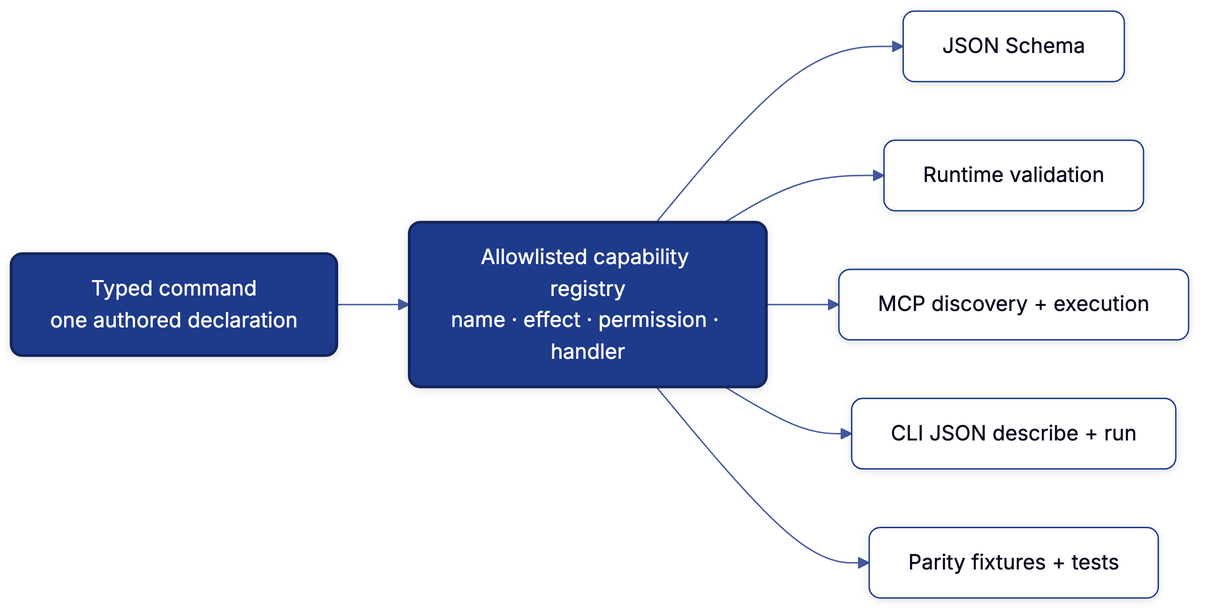
This is docs/diagrams/emit-once-capabilities.png from joeseverino/severino-hq, a Mermaid export, as it was before one commit. Its source is kept beside it as docs/diagrams/emit-once-capabilities.mmd. Source of this version:
```mermaid
flowchart LR
    command["Typed command<br/>one authored declaration"]
    registry["Allowlisted capability registry<br/>name · effect · permission · handler"]

    schema["JSON Schema"]
    validate["Runtime validation"]
    mcp["MCP discovery + execution"]
    cli["CLI JSON describe + run"]
    tests["Parity fixtures + tests"]

    command --> registry
    registry --> schema
    registry --> validate
    registry --> mcp
    registry --> cli
    registry --> tests

    classDef anchor stroke-width:2px;
    class command,registry anchor;
```
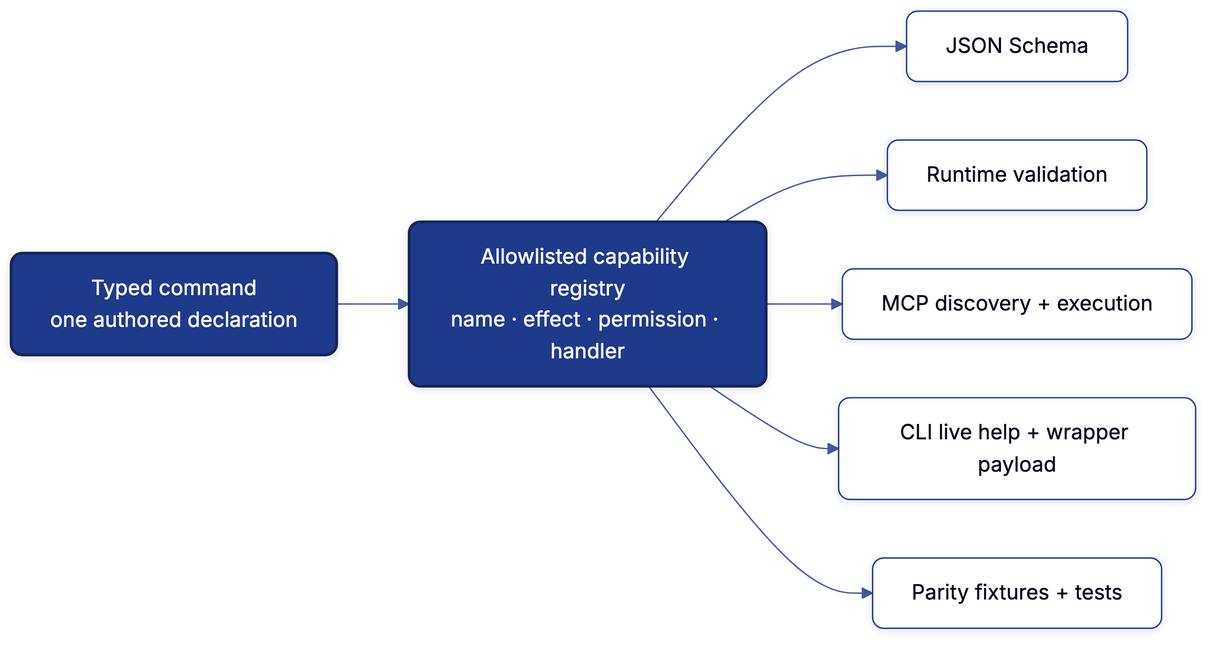
The same file after the commit.

What changed in the source:
```diff
@@ -5,7 +5,7 @@
     schema["JSON Schema"]
     validate["Runtime validation"]
     mcp["MCP discovery + execution"]
-    cli["CLI JSON describe + run"]
+    cli["CLI live help + wrapper payload"]
     tests["Parity fixtures + tests"]
 
     command --> registry
```
